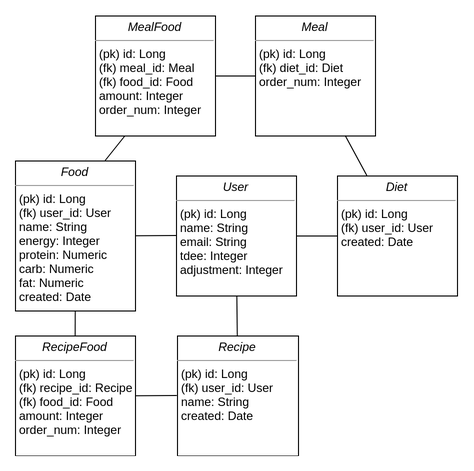
Above: documentation/db-diagram.png in Ric-Rai/simple-diet (draw.io), before the change. Source tidied: cells renumbered, new cells last; positions are measured from the earlier drawing's top-left corner, leaving out a move shared by most shapes.
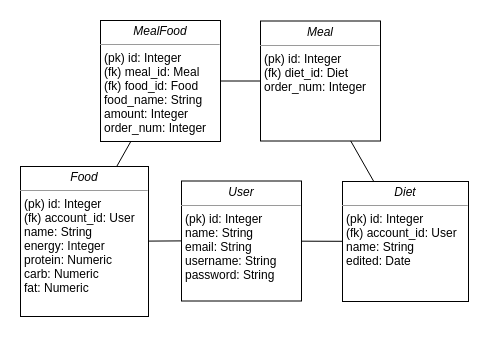
The same diagram one commit later.

Diff of the diagram source:
```diff
@@ -2,50 +2,35 @@
   <root>
     <mxCell id="0" />
     <mxCell id="1" parent="0" />
-    <mxCell id="2" value="&lt;p style=&quot;margin: 0px ; margin-top: 4px ; text-align: center&quot;&gt;&lt;i&gt;User&lt;/i&gt;&lt;/p&gt;&lt;hr size=&quot;1&quot;&gt;&lt;p style=&quot;margin: 0px ; margin-left: 4px&quot;&gt;(pk) id: Long&lt;/p&gt;&lt;p style=&quot;margin: 0px ; margin-left: 4px&quot;&gt;name: String&lt;/p&gt;&lt;p style=&quot;margin: 0px ; margin-left: 4px&quot;&gt;email: String&lt;/p&gt;&lt;p style=&quot;margin: 0px ; margin-left: 4px&quot;&gt;tdee: Integer&lt;/p&gt;&lt;p style=&quot;margin: 0px ; margin-left: 4px&quot;&gt;adjustment: Integer&lt;/p&gt;" style="verticalAlign=top;align=left;overflow=fill;fontSize=12;fontFamily=Helvetica;html=1;rounded=0;shadow=0;comic=0;labelBackgroundColor=none;strokeColor=#000000;strokeWidth=1;fillColor=#ffffff;" parent="1" vertex="1">
+    <mxCell id="2" value="&lt;p style=&quot;margin: 0px ; margin-top: 4px ; text-align: center&quot;&gt;&lt;i&gt;User&lt;/i&gt;&lt;/p&gt;&lt;hr size=&quot;1&quot;&gt;&lt;p style=&quot;margin: 0px ; margin-left: 4px&quot;&gt;(pk) id: Integer&lt;/p&gt;&lt;p style=&quot;margin: 0px ; margin-left: 4px&quot;&gt;name: String&lt;/p&gt;&lt;p style=&quot;margin: 0px ; margin-left: 4px&quot;&gt;email: String&lt;/p&gt;&lt;p style=&quot;margin: 0px ; margin-left: 4px&quot;&gt;username: String&lt;/p&gt;&lt;p style=&quot;margin: 0px ; margin-left: 4px&quot;&gt;password: String&lt;/p&gt;&lt;p style=&quot;margin: 0px ; margin-left: 4px&quot;&gt;&lt;br&gt;&lt;/p&gt;" style="verticalAlign=top;align=left;overflow=fill;fontSize=12;fontFamily=Helvetica;html=1;rounded=0;shadow=0;comic=0;labelBackgroundColor=none;strokeColor=#000000;strokeWidth=1;fillColor=#ffffff;" parent="1" vertex="1">
       <mxGeometry x="161" y="160.5" width="120" height="120" as="geometry" />
     </mxCell>
-    <mxCell id="3" value="&lt;p style=&quot;margin: 0px ; margin-top: 4px ; text-align: center&quot;&gt;&lt;i&gt;Meal&lt;/i&gt;&lt;/p&gt;&lt;hr size=&quot;1&quot;&gt;&lt;p style=&quot;margin: 0px ; margin-left: 4px&quot;&gt;(pk) id: Long&lt;/p&gt;&lt;p style=&quot;margin: 0px ; margin-left: 4px&quot;&gt;(fk) diet_id: Diet&lt;/p&gt;&lt;p style=&quot;margin: 0px ; margin-left: 4px&quot;&gt;order_num: Integer&lt;/p&gt;" style="verticalAlign=top;align=left;overflow=fill;fontSize=12;fontFamily=Helvetica;html=1;rounded=0;shadow=0;comic=0;labelBackgroundColor=none;strokeColor=#000000;strokeWidth=1;fillColor=#ffffff;" parent="1" vertex="1">
+    <mxCell id="3" value="&lt;p style=&quot;margin: 0px ; margin-top: 4px ; text-align: center&quot;&gt;&lt;i&gt;Meal&lt;/i&gt;&lt;/p&gt;&lt;hr size=&quot;1&quot;&gt;&lt;p style=&quot;margin: 0px ; margin-left: 4px&quot;&gt;(pk) id: Integer&lt;/p&gt;&lt;p style=&quot;margin: 0px ; margin-left: 4px&quot;&gt;(fk) diet_id: Diet&lt;/p&gt;&lt;p style=&quot;margin: 0px ; margin-left: 4px&quot;&gt;order_num: Integer&lt;/p&gt;" style="verticalAlign=top;align=left;overflow=fill;fontSize=12;fontFamily=Helvetica;html=1;rounded=0;shadow=0;comic=0;labelBackgroundColor=none;strokeColor=#000000;strokeWidth=1;fillColor=#ffffff;" parent="1" vertex="1">
       <mxGeometry x="240" y="0.5" width="120" height="120" as="geometry" />
     </mxCell>
-    <mxCell id="4" style="edgeStyle=none;rounded=0;jettySize=auto;html=1;entryX=0;entryY=0.5;entryDx=0;entryDy=0;endArrow=none;endFill=0;" parent="1" edge="1" source="6" target="2">
+    <mxCell id="4" style="edgeStyle=none;rounded=0;jettySize=auto;html=1;entryX=0;entryY=0.5;entryDx=0;entryDy=0;endArrow=none;endFill=0;" parent="1" edge="1" source="5" target="2">
       <mxGeometry relative="1" as="geometry" />
     </mxCell>
-    <mxCell id="5" style="edgeStyle=none;rounded=0;jettySize=auto;html=1;entryX=0.5;entryY=0;entryDx=0;entryDy=0;endArrow=none;endFill=0;" parent="1" edge="1" source="6" target="16">
-      <mxGeometry relative="1" as="geometry" />
+    <mxCell id="5" value="&lt;p style=&quot;margin: 0px ; margin-top: 4px ; text-align: center&quot;&gt;&lt;i&gt;Food&lt;/i&gt;&lt;/p&gt;&lt;hr size=&quot;1&quot;&gt;&lt;p style=&quot;margin: 0px ; margin-left: 4px&quot;&gt;(pk) id: Integer&lt;/p&gt;&lt;p style=&quot;margin: 0px ; margin-left: 4px&quot;&gt;(fk) account_id: User&lt;/p&gt;&lt;p style=&quot;margin: 0px ; margin-left: 4px&quot;&gt;name: String&lt;/p&gt;&lt;p style=&quot;margin: 0px ; margin-left: 4px&quot;&gt;energy: Integer&lt;/p&gt;&lt;p style=&quot;margin: 0px ; margin-left: 4px&quot;&gt;protein: Numeric&lt;/p&gt;&lt;p style=&quot;margin: 0px ; margin-left: 4px&quot;&gt;carb: Numeric&lt;/p&gt;&lt;p style=&quot;margin: 0px ; margin-left: 4px&quot;&gt;fat: Numeric&lt;/p&gt;" style="verticalAlign=top;align=left;overflow=fill;fontSize=12;fontFamily=Helvetica;html=1;rounded=0;shadow=0;comic=0;labelBackgroundColor=none;strokeColor=#000000;strokeWidth=1;fillColor=#ffffff;" parent="1" vertex="1">
+      <mxGeometry y="146" width="128" height="150" as="geometry" />
     </mxCell>
-    <mxCell id="6" value="&lt;p style=&quot;margin: 0px ; margin-top: 4px ; text-align: center&quot;&gt;&lt;i&gt;Food&lt;/i&gt;&lt;/p&gt;&lt;hr size=&quot;1&quot;&gt;&lt;p style=&quot;margin: 0px ; margin-left: 4px&quot;&gt;(pk) id: Long&lt;/p&gt;&lt;p style=&quot;margin: 0px ; margin-left: 4px&quot;&gt;(fk) user_id: User&lt;/p&gt;&lt;p style=&quot;margin: 0px ; margin-left: 4px&quot;&gt;name: String&lt;/p&gt;&lt;p style=&quot;margin: 0px ; margin-left: 4px&quot;&gt;energy: Integer&lt;/p&gt;&lt;p style=&quot;margin: 0px ; margin-left: 4px&quot;&gt;protein: Numeric&lt;/p&gt;&lt;p style=&quot;margin: 0px ; margin-left: 4px&quot;&gt;carb: Numeric&lt;/p&gt;&lt;p style=&quot;margin: 0px ; margin-left: 4px&quot;&gt;fat: Numeric&lt;/p&gt;&lt;p style=&quot;margin: 0px ; margin-left: 4px&quot;&gt;created: Date&lt;/p&gt;" style="verticalAlign=top;align=left;overflow=fill;fontSize=12;fontFamily=Helvetica;html=1;rounded=0;shadow=0;comic=0;labelBackgroundColor=none;strokeColor=#000000;strokeWidth=1;fillColor=#ffffff;" parent="1" vertex="1">
-      <mxGeometry y="145.5" width="120" height="150" as="geometry" />
+    <mxCell id="6" style="edgeStyle=none;rounded=0;jettySize=auto;html=1;endArrow=none;endFill=0;" parent="1" edge="1" source="8" target="3">
+      <mxGeometry relative="1" as="geometry" />
     </mxCell>
-    <mxCell id="7" style="edgeStyle=none;rounded=0;jettySize=auto;html=1;endArrow=none;endFill=0;" parent="1" edge="1" source="9" target="3">
+    <mxCell id="7" style="edgeStyle=none;rounded=0;jettySize=auto;html=1;exitX=0.25;exitY=1;exitDx=0;exitDy=0;entryX=0.75;entryY=0;entryDx=0;entryDy=0;endArrow=none;endFill=0;" parent="1" edge="1" source="8" target="5">
       <mxGeometry relative="1" as="geometry" />
     </mxCell>
-    <mxCell id="8" style="edgeStyle=none;rounded=0;jettySize=auto;html=1;exitX=0.25;exitY=1;exitDx=0;exitDy=0;entryX=0.75;entryY=0;entryDx=0;entryDy=0;endArrow=none;endFill=0;" parent="1" edge="1" source="9" target="6">
-      <mxGeometry relative="1" as="geometry" />
+    <mxCell id="8" value="&lt;p style=&quot;margin: 0px ; margin-top: 4px ; text-align: center&quot;&gt;&lt;i&gt;MealFood&lt;/i&gt;&lt;/p&gt;&lt;hr size=&quot;1&quot;&gt;&lt;p style=&quot;margin: 0px ; margin-left: 4px&quot;&gt;(pk) id: Integer&lt;/p&gt;&lt;p style=&quot;margin: 0px ; margin-left: 4px&quot;&gt;(fk) meal_id: Meal&lt;/p&gt;&lt;p style=&quot;margin: 0px ; margin-left: 4px&quot;&gt;(fk) food_id: Food&lt;/p&gt;&lt;p style=&quot;margin: 0px ; margin-left: 4px&quot;&gt;food_name: String&lt;/p&gt;&lt;p style=&quot;margin: 0px ; margin-left: 4px&quot;&gt;amount: Integer&lt;/p&gt;&lt;p style=&quot;margin: 0px ; margin-left: 4px&quot;&gt;order_num: Integer&lt;/p&gt;" style="verticalAlign=top;align=left;overflow=fill;fontSize=12;fontFamily=Helvetica;html=1;rounded=0;shadow=0;comic=0;labelBackgroundColor=none;strokeColor=#000000;strokeWidth=1;fillColor=#ffffff;" parent="1" vertex="1">
+      <mxGeometry x="80" width="120" height="121" as="geometry" />
     </mxCell>
-    <mxCell id="9" value="&lt;p style=&quot;margin: 0px ; margin-top: 4px ; text-align: center&quot;&gt;&lt;i&gt;MealFood&lt;/i&gt;&lt;/p&gt;&lt;hr size=&quot;1&quot;&gt;&lt;p style=&quot;margin: 0px ; margin-left: 4px&quot;&gt;(pk) id: Long&lt;/p&gt;&lt;p style=&quot;margin: 0px ; margin-left: 4px&quot;&gt;(fk) meal_id: Meal&lt;/p&gt;&lt;p style=&quot;margin: 0px ; margin-left: 4px&quot;&gt;(fk) food_id: Food&lt;/p&gt;&lt;p style=&quot;margin: 0px ; margin-left: 4px&quot;&gt;amount: Integer&lt;/p&gt;&lt;p style=&quot;margin: 0px ; margin-left: 4px&quot;&gt;order_num: Integer&lt;/p&gt;" style="verticalAlign=top;align=left;overflow=fill;fontSize=12;fontFamily=Helvetica;html=1;rounded=0;shadow=0;comic=0;labelBackgroundColor=none;strokeColor=#000000;strokeWidth=1;fillColor=#ffffff;" parent="1" vertex="1">
-      <mxGeometry x="80" y="0.5" width="120" height="120" as="geometry" />
+    <mxCell id="9" style="rounded=0;jettySize=auto;html=1;endArrow=none;endFill=0;" parent="1" edge="1" source="11" target="2">
+      <mxGeometry relative="1" as="geometry" />
     </mxCell>
-    <mxCell id="10" style="edgeStyle=orthogonalEdgeStyle;rounded=0;jettySize=auto;html=1;endArrow=none;endFill=0;" parent="1" edge="1" source="12" target="2">
+    <mxCell id="10" style="edgeStyle=none;rounded=0;jettySize=auto;html=1;exitX=0.25;exitY=0;exitDx=0;exitDy=0;entryX=0.75;entryY=1;entryDx=0;entryDy=0;endArrow=none;endFill=0;" parent="1" edge="1" source="11" target="3">
       <mxGeometry relative="1" as="geometry" />
     </mxCell>
-    <mxCell id="11" style="edgeStyle=none;rounded=0;jettySize=auto;html=1;exitX=0.25;exitY=0;exitDx=0;exitDy=0;entryX=0.75;entryY=1;entryDx=0;entryDy=0;endArrow=none;endFill=0;" parent="1" edge="1" source="12" target="3">
-      <mxGeometry relative="1" as="geometry" />
+    <mxCell id="11" value="&lt;p style=&quot;margin: 0px ; margin-top: 4px ; text-align: center&quot;&gt;&lt;i&gt;Diet&lt;/i&gt;&lt;/p&gt;&lt;hr size=&quot;1&quot;&gt;&lt;p style=&quot;margin: 0px ; margin-left: 4px&quot;&gt;(pk) id: Integer&lt;/p&gt;&lt;p style=&quot;margin: 0px ; margin-left: 4px&quot;&gt;(fk) account_id: User&lt;/p&gt;&lt;p style=&quot;margin: 0px ; margin-left: 4px&quot;&gt;name: String&lt;/p&gt;&lt;p style=&quot;margin: 0px ; margin-left: 4px&quot;&gt;edited: Date&lt;/p&gt;" style="verticalAlign=top;align=left;overflow=fill;fontSize=12;fontFamily=Helvetica;html=1;rounded=0;shadow=0;comic=0;labelBackgroundColor=none;strokeColor=#000000;strokeWidth=1;fillColor=#ffffff;" parent="1" vertex="1">
+      <mxGeometry x="322" y="161" width="126" height="120" as="geometry" />
     </mxCell>
-    <mxCell id="12" value="&lt;p style=&quot;margin: 0px ; margin-top: 4px ; text-align: center&quot;&gt;&lt;i&gt;Diet&lt;/i&gt;&lt;/p&gt;&lt;hr size=&quot;1&quot;&gt;&lt;p style=&quot;margin: 0px ; margin-left: 4px&quot;&gt;(pk) id: Long&lt;/p&gt;&lt;p style=&quot;margin: 0px ; margin-left: 4px&quot;&gt;(fk) user_id: User&lt;/p&gt;&lt;p style=&quot;margin: 0px ; margin-left: 4px&quot;&gt;created: Date&lt;/p&gt;" style="verticalAlign=top;align=left;overflow=fill;fontSize=12;fontFamily=Helvetica;html=1;rounded=0;shadow=0;comic=0;labelBackgroundColor=none;strokeColor=#000000;strokeWidth=1;fillColor=#ffffff;" parent="1" vertex="1">
-      <mxGeometry x="322" y="160.5" width="120" height="120" as="geometry" />
-    </mxCell>
-    <mxCell id="13" style="edgeStyle=none;rounded=0;jettySize=auto;html=1;entryX=0.5;entryY=1;entryDx=0;entryDy=0;endArrow=none;endFill=0;" parent="1" edge="1" source="14" target="2">
-      <mxGeometry relative="1" as="geometry" />
-    </mxCell>
-    <mxCell id="14" value="&lt;p style=&quot;margin: 0px ; margin-top: 4px ; text-align: center&quot;&gt;&lt;i&gt;Recipe&lt;/i&gt;&lt;/p&gt;&lt;hr size=&quot;1&quot;&gt;&lt;p style=&quot;margin: 0px ; margin-left: 4px&quot;&gt;(pk) id: Long&lt;/p&gt;&lt;p style=&quot;margin: 0px ; margin-left: 4px&quot;&gt;(fk) user_id: User&lt;/p&gt;&lt;p style=&quot;margin: 0px ; margin-left: 4px&quot;&gt;name: String&lt;/p&gt;&lt;p style=&quot;margin: 0px ; margin-left: 4px&quot;&gt;created: Date&lt;/p&gt;" style="verticalAlign=top;align=left;overflow=fill;fontSize=12;fontFamily=Helvetica;html=1;rounded=0;shadow=0;comic=0;labelBackgroundColor=none;strokeColor=#000000;strokeWidth=1;fillColor=#ffffff;" parent="1" vertex="1">
-      <mxGeometry x="162" y="320.5" width="121" height="120" as="geometry" />
-    </mxCell>
-    <mxCell id="15" style="edgeStyle=none;rounded=0;jettySize=auto;html=1;entryX=0;entryY=0.5;entryDx=0;entryDy=0;endArrow=none;endFill=0;" parent="1" edge="1" source="16" target="14">
-      <mxGeometry relative="1" as="geometry" />
-    </mxCell>
-    <mxCell id="16" value="&lt;p style=&quot;margin: 0px ; margin-top: 4px ; text-align: center&quot;&gt;&lt;i&gt;RecipeFood&lt;/i&gt;&lt;/p&gt;&lt;hr size=&quot;1&quot;&gt;&lt;p style=&quot;margin: 0px ; margin-left: 4px&quot;&gt;(pk) id: Long&lt;/p&gt;&lt;p style=&quot;margin: 0px ; margin-left: 4px&quot;&gt;(fk) recipe_id: Recipe&lt;/p&gt;&lt;p style=&quot;margin: 0px ; margin-left: 4px&quot;&gt;(fk) food_id: Food&lt;/p&gt;&lt;p style=&quot;margin: 0px ; margin-left: 4px&quot;&gt;amount: Integer&lt;/p&gt;&lt;p style=&quot;margin: 0px ; margin-left: 4px&quot;&gt;order_num: Integer&lt;/p&gt;" style="verticalAlign=top;align=left;overflow=fill;fontSize=12;fontFamily=Helvetica;html=1;rounded=0;shadow=0;comic=0;labelBackgroundColor=none;strokeColor=#000000;strokeWidth=1;fillColor=#ffffff;" parent="1" vertex="1">
-      <mxGeometry y="320.5" width="120" height="120" as="geometry" />
-    </mxCell>
   </root>
 </mxGraphModel>
```
